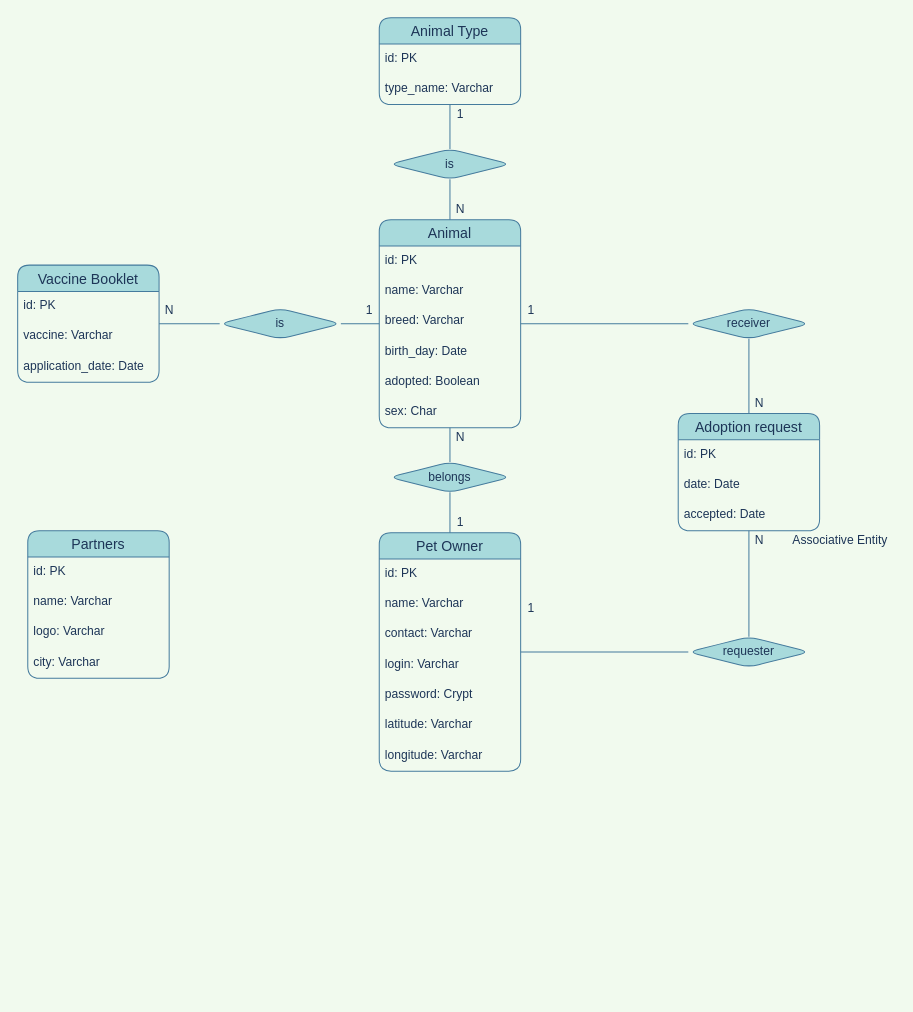
This is docs/modelagem/models.drawio from PedroHenriqueDevBR/adocao-animal-web, a draw.io file, before an edit. Source tidied: cells renumbered, new cells numbered last; positions are measured from the earlier drawing's top-left corner, leaving out a move shared by most shapes. Both pictures are drawn from the tidied source at 101%, with x=0, y=0 at pixel (17, 17).
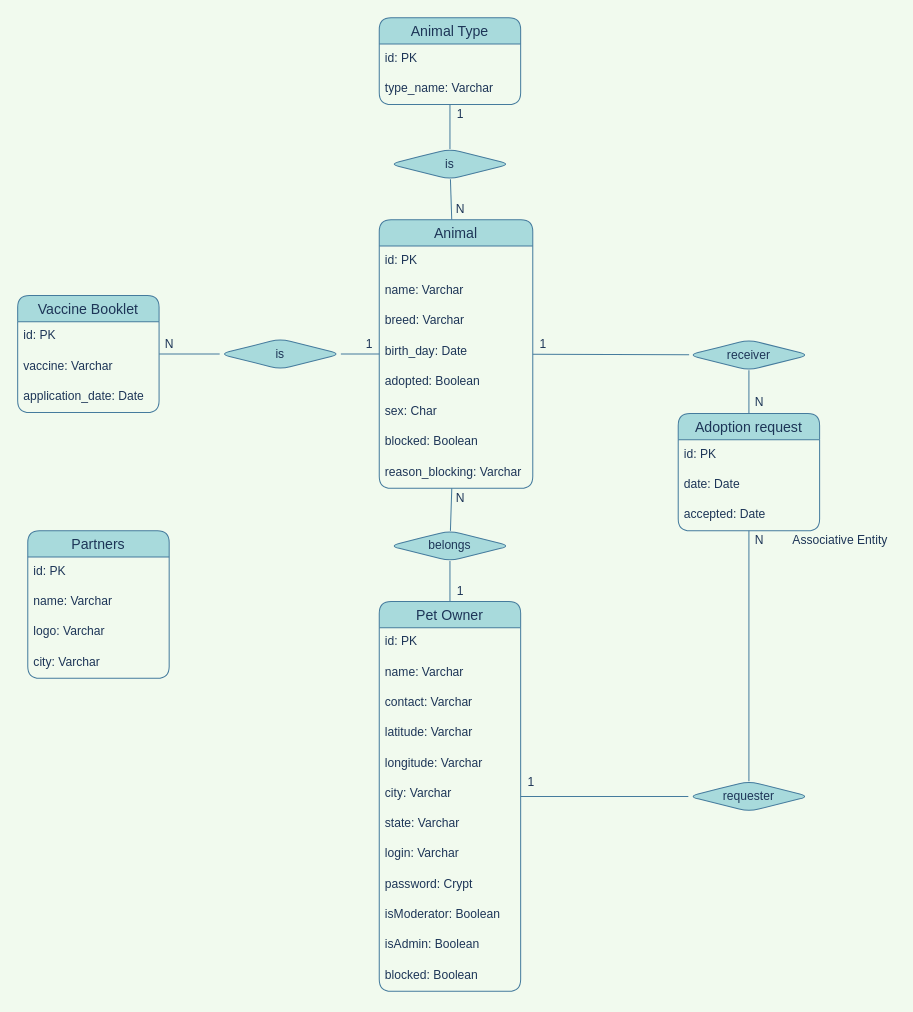
After the change.

What changed in the source:
```diff
@@
     <mxCell id="2" value="Animal" style="swimlane;fontStyle=0;horizontal=1;startSize=26;align=center;fontSize=14;fillColor=#A8DADC;strokeColor=#457B9D;fontColor=#1D3557;rounded=1;" parent="1" vertex="1">
-      <mxGeometry x="358" y="200" width="140" height="206" as="geometry" />
+      <mxGeometry x="358" y="200" width="152" height="266" as="geometry" />
     </mxCell>
     <mxCell id="3" value="id: PK" style="text;strokeColor=none;fillColor=none;spacingLeft=4;spacingRight=4;overflow=hidden;fontSize=12;fontColor=#1D3557;rounded=1;" parent="2" vertex="1">
-      <mxGeometry y="26" width="140" height="30" as="geometry" />
+      <mxGeometry y="26" width="152" height="30" as="geometry" />
     </mxCell>
     <mxCell id="4" value="name: Varchar" style="text;strokeColor=none;fillColor=none;spacingLeft=4;spacingRight=4;overflow=hidden;fontSize=12;fontColor=#1D3557;rounded=1;" parent="2" vertex="1">
-      <mxGeometry y="56" width="140" height="30" as="geometry" />
+      <mxGeometry y="56" width="152" height="30" as="geometry" />
     </mxCell>
     <mxCell id="5" value="breed: Varchar" style="text;strokeColor=none;fillColor=none;spacingLeft=4;spacingRight=4;overflow=hidden;fontSize=12;fontColor=#1D3557;rounded=1;" parent="2" vertex="1">
-      <mxGeometry y="86" width="140" height="30" as="geometry" />
+      <mxGeometry y="86" width="152" height="30" as="geometry" />
     </mxCell>
     <mxCell id="6" value="birth_day: Date" style="text;strokeColor=none;fillColor=none;spacingLeft=4;spacingRight=4;overflow=hidden;fontSize=12;fontColor=#1D3557;rounded=1;" parent="2" vertex="1">
-      <mxGeometry y="116" width="140" height="30" as="geometry" />
+      <mxGeometry y="116" width="152" height="30" as="geometry" />
     </mxCell>
     <mxCell id="7" value="adopted: Boolean" style="text;strokeColor=none;fillColor=none;spacingLeft=4;spacingRight=4;overflow=hidden;fontSize=12;fontColor=#1D3557;rounded=1;" parent="2" vertex="1">
-      <mxGeometry y="146" width="140" height="30" as="geometry" />
+      <mxGeometry y="146" width="152" height="30" as="geometry" />
     </mxCell>
     <mxCell id="8" value="sex: Char" style="text;strokeColor=none;fillColor=none;spacingLeft=4;spacingRight=4;overflow=hidden;fontSize=12;fontColor=#1D3557;rounded=1;" parent="2" vertex="1">
-      <mxGeometry y="176" width="140" height="30" as="geometry" />
+      <mxGeometry y="176" width="152" height="30" as="geometry" />
     </mxCell>
+    <mxCell id="59" value="blocked: Boolean" style="text;strokeColor=none;fillColor=none;spacingLeft=4;spacingRight=4;overflow=hidden;fontSize=12;fontColor=#1D3557;rounded=1;" parent="2" vertex="1">
+      <mxGeometry y="206" width="152" height="30" as="geometry" />
+    </mxCell>
+    <mxCell id="60" value="reason_blocking: Varchar" style="text;strokeColor=none;fillColor=none;spacingLeft=4;spacingRight=4;overflow=hidden;fontSize=12;fontColor=#1D3557;rounded=1;" parent="2" vertex="1">
+      <mxGeometry y="236" width="152" height="30" as="geometry" />
+    </mxCell>
@@
     <mxCell id="17" value="Pet Owner" style="swimlane;fontStyle=0;horizontal=1;startSize=26;align=center;fontSize=14;fillColor=#A8DADC;strokeColor=#457B9D;fontColor=#1D3557;rounded=1;" parent="1" vertex="1">
-      <mxGeometry x="358" y="510" width="140" height="236" as="geometry" />
+      <mxGeometry x="358" y="578" width="140" height="386" as="geometry" />
     </mxCell>
@@
+    <mxCell id="23" value="latitude: Varchar" style="text;strokeColor=none;fillColor=none;spacingLeft=4;spacingRight=4;overflow=hidden;fontSize=12;fontColor=#1D3557;rounded=1;" parent="17" vertex="1">
+      <mxGeometry y="116" width="140" height="30" as="geometry" />
+    </mxCell>
+    <mxCell id="24" value="longitude: Varchar" style="text;strokeColor=none;fillColor=none;spacingLeft=4;spacingRight=4;overflow=hidden;fontSize=12;fontColor=#1D3557;rounded=1;" parent="17" vertex="1">
+      <mxGeometry y="146" width="140" height="30" as="geometry" />
+    </mxCell>
+    <mxCell id="61" value="city: Varchar" style="text;strokeColor=none;fillColor=none;spacingLeft=4;spacingRight=4;overflow=hidden;fontSize=12;fontColor=#1D3557;rounded=1;" parent="17" vertex="1">
+      <mxGeometry y="176" width="140" height="30" as="geometry" />
+    </mxCell>
+    <mxCell id="62" value="state: Varchar" style="text;strokeColor=none;fillColor=none;spacingLeft=4;spacingRight=4;overflow=hidden;fontSize=12;fontColor=#1D3557;rounded=1;" parent="17" vertex="1">
+      <mxGeometry y="206" width="140" height="30" as="geometry" />
+    </mxCell>
     <mxCell id="21" value="login: Varchar" style="text;strokeColor=none;fillColor=none;spacingLeft=4;spacingRight=4;overflow=hidden;fontSize=12;fontColor=#1D3557;rounded=1;" parent="17" vertex="1">
-      <mxGeometry y="116" width="140" height="30" as="geometry" />
+      <mxGeometry y="236" width="140" height="30" as="geometry" />
     </mxCell>
     <mxCell id="22" value="password: Crypt" style="text;strokeColor=none;fillColor=none;spacingLeft=4;spacingRight=4;overflow=hidden;fontSize=12;fontColor=#1D3557;rounded=1;" parent="17" vertex="1">
-      <mxGeometry y="146" width="140" height="30" as="geometry" />
+      <mxGeometry y="266" width="140" height="30" as="geometry" />
     </mxCell>
-    <mxCell id="23" value="latitude: Varchar" style="text;strokeColor=none;fillColor=none;spacingLeft=4;spacingRight=4;overflow=hidden;fontSize=12;fontColor=#1D3557;rounded=1;" parent="17" vertex="1">
-      <mxGeometry y="176" width="140" height="30" as="geometry" />
-    </mxCell>
-    <mxCell id="24" value="longitude: Varchar" style="text;strokeColor=none;fillColor=none;spacingLeft=4;spacingRight=4;overflow=hidden;fontSize=12;fontColor=#1D3557;rounded=1;" parent="17" vertex="1">
-      <mxGeometry y="206" width="140" height="30" as="geometry" />
-    </mxCell>
+    <mxCell id="63" value="isModerator: Boolean" style="text;strokeColor=none;fillColor=none;spacingLeft=4;spacingRight=4;overflow=hidden;fontSize=12;fontColor=#1D3557;rounded=1;" parent="17" vertex="1">
+      <mxGeometry y="296" width="140" height="30" as="geometry" />
+    </mxCell>
+    <mxCell id="64" value="isAdmin: Boolean" style="text;strokeColor=none;fillColor=none;spacingLeft=4;spacingRight=4;overflow=hidden;fontSize=12;fontColor=#1D3557;rounded=1;" parent="17" vertex="1">
+      <mxGeometry y="326" width="140" height="30" as="geometry" />
+    </mxCell>
+    <mxCell id="65" value="blocked: Boolean" style="text;strokeColor=none;fillColor=none;spacingLeft=4;spacingRight=4;overflow=hidden;fontSize=12;fontColor=#1D3557;rounded=1;" parent="17" vertex="1">
+      <mxGeometry y="356" width="140" height="30" as="geometry" />
+    </mxCell>
     <mxCell id="25" value="belongs" style="shape=rhombus;perimeter=rhombusPerimeter;whiteSpace=wrap;html=1;align=center;fillColor=#A8DADC;strokeColor=#457B9D;fontColor=#1D3557;rounded=1;" parent="1" vertex="1">
-      <mxGeometry x="368" y="440" width="120" height="30" as="geometry" />
+      <mxGeometry x="368" y="508" width="120" height="30" as="geometry" />
     </mxCell>
@@
     <mxCell id="28" value="N" style="text;html=1;align=center;verticalAlign=middle;strokeColor=none;fontColor=#1D3557;rounded=1;" parent="1" vertex="1">
-      <mxGeometry x="428" y="406" width="20" height="20" as="geometry" />
+      <mxGeometry x="428" y="466" width="20" height="20" as="geometry" />
     </mxCell>
     <mxCell id="29" value="1" style="text;html=1;align=center;verticalAlign=middle;strokeColor=none;fontColor=#1D3557;rounded=1;" parent="1" vertex="1">
-      <mxGeometry x="428" y="490" width="20" height="20" as="geometry" />
+      <mxGeometry x="428" y="558" width="20" height="20" as="geometry" />
     </mxCell>
     <mxCell id="30" value="Vaccine Booklet" style="swimlane;fontStyle=0;horizontal=1;startSize=26;align=center;fontSize=14;fillColor=#A8DADC;strokeColor=#457B9D;fontColor=#1D3557;rounded=1;" parent="1" vertex="1">
-      <mxGeometry y="245" width="140" height="116" as="geometry" />
+      <mxGeometry y="275" width="140" height="116" as="geometry" />
     </mxCell>
@@
     <mxCell id="34" value="is" style="shape=rhombus;perimeter=rhombusPerimeter;whiteSpace=wrap;html=1;align=center;fillColor=#A8DADC;strokeColor=#457B9D;fontColor=#1D3557;rounded=1;" parent="1" vertex="1">
-      <mxGeometry x="200" y="288" width="120" height="30" as="geometry" />
+      <mxGeometry x="200" y="318" width="120" height="30" as="geometry" />
     </mxCell>
@@
     <mxCell id="41" value="requester" style="shape=rhombus;perimeter=rhombusPerimeter;whiteSpace=wrap;html=1;align=center;fillColor=#A8DADC;strokeColor=#457B9D;fontColor=#1D3557;rounded=1;" parent="1" vertex="1">
-      <mxGeometry x="664" y="613" width="120" height="30" as="geometry" />
+      <mxGeometry x="664" y="756" width="120" height="30" as="geometry" />
     </mxCell>
@@
     <mxCell id="44" value="receiver" style="shape=rhombus;perimeter=rhombusPerimeter;whiteSpace=wrap;html=1;align=center;fillColor=#A8DADC;strokeColor=#457B9D;fontColor=#1D3557;rounded=1;" parent="1" vertex="1">
-      <mxGeometry x="664" y="288" width="120" height="30" as="geometry" />
+      <mxGeometry x="664" y="319" width="120" height="30" as="geometry" />
     </mxCell>
@@
     <mxCell id="47" value="N" style="text;html=1;align=center;verticalAlign=middle;strokeColor=none;fontColor=#1D3557;rounded=1;" parent="1" vertex="1">
-      <mxGeometry x="724" y="372" width="20" height="20" as="geometry" />
+      <mxGeometry x="724" y="371" width="20" height="20" as="geometry" />
     </mxCell>
     <mxCell id="48" value="1" style="text;html=1;align=center;verticalAlign=middle;strokeColor=none;fontColor=#1D3557;rounded=1;" parent="1" vertex="1">
-      <mxGeometry x="498" y="280" width="20" height="20" as="geometry" />
+      <mxGeometry x="510" y="314" width="20" height="20" as="geometry" />
     </mxCell>
@@
     <mxCell id="50" value="1" style="text;html=1;align=center;verticalAlign=middle;strokeColor=none;fontColor=#1D3557;rounded=1;" parent="1" vertex="1">
-      <mxGeometry x="498" y="575" width="20" height="20" as="geometry" />
+      <mxGeometry x="498" y="747" width="20" height="20" as="geometry" />
     </mxCell>
     <mxCell id="51" value="N" style="text;html=1;align=center;verticalAlign=middle;strokeColor=none;fontColor=#1D3557;rounded=1;" parent="1" vertex="1">
-      <mxGeometry x="140" y="280" width="20" height="20" as="geometry" />
+      <mxGeometry x="140" y="314" width="20" height="20" as="geometry" />
     </mxCell>
     <mxCell id="52" value="1" style="text;html=1;align=center;verticalAlign=middle;strokeColor=none;fontColor=#1D3557;rounded=1;" parent="1" vertex="1">
-      <mxGeometry x="338" y="280" width="20" height="20" as="geometry" />
+      <mxGeometry x="338" y="314" width="20" height="20" as="geometry" />
     </mxCell>
```
